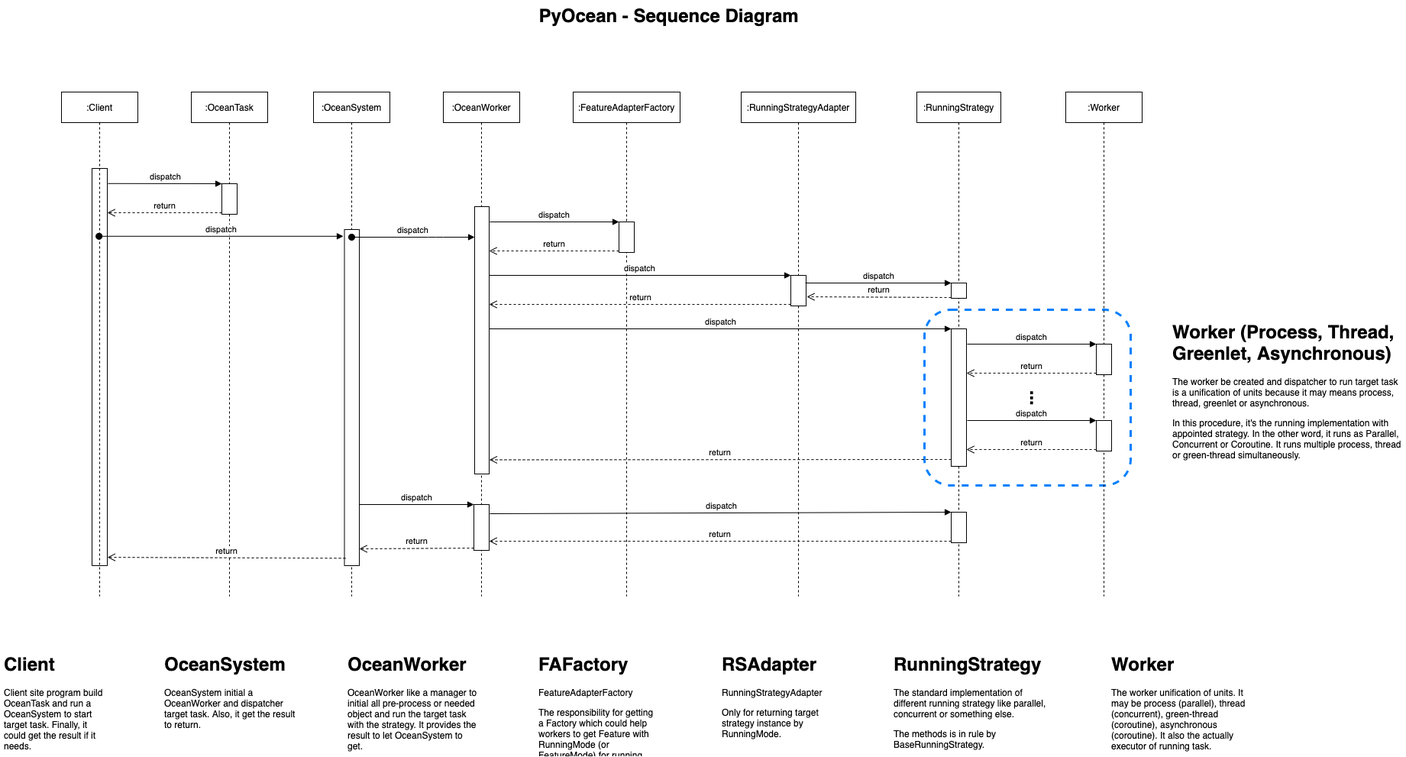
Chisanan232/multirunnable keeps this draw.io diagram as doc/imgs/PyOcean-Sequence_Diagram.png. Above is the earlier version. Source tidied: cells renumbered, new cells last; positions are measured from the earlier drawing's top-left corner, leaving out a move shared by most shapes.
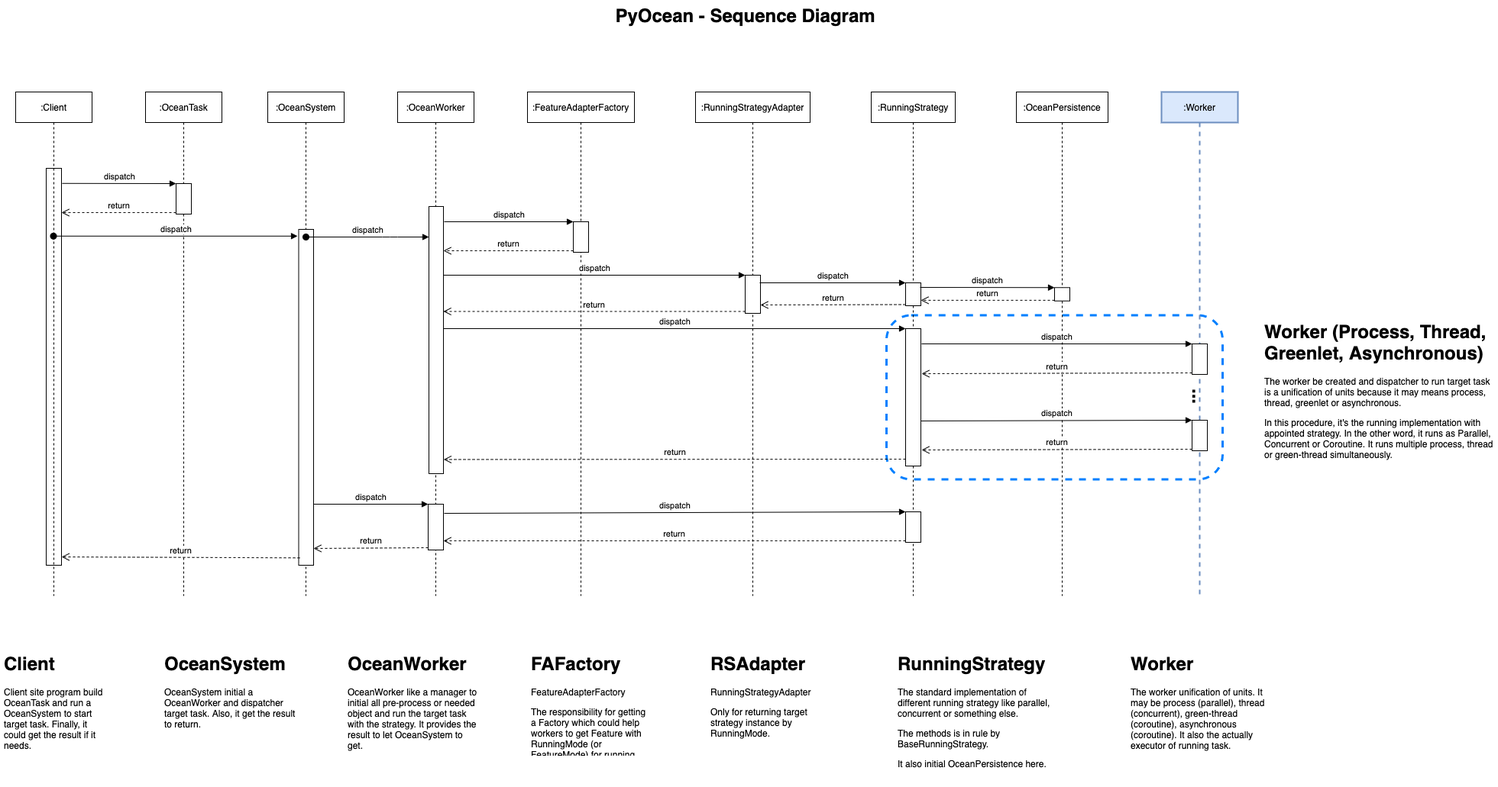
After the change.

Commit message:
Modify sequence diagram of package pyocean.

What changed in the source:
```diff
@@ -3,25 +3,25 @@
     <mxCell id="0" />
     <mxCell id="1" parent="0" />
     <mxCell id="2" style="rounded=1;whiteSpace=wrap;html=1;dashed=1;strokeWidth=3;strokeColor=#007FFF;" parent="1" vertex="1">
-      <mxGeometry x="1210" y="405" width="270" height="230" as="geometry" />
+      <mxGeometry x="1060" y="412.5" width="440" height="215" as="geometry" />
     </mxCell>
     <mxCell id="3" value="PyOcean - Sequence Diagram" style="text;strokeColor=none;fillColor=none;html=1;fontSize=24;fontStyle=1;verticalAlign=middle;align=center;" parent="1" vertex="1">
       <mxGeometry x="825" width="100" height="40" as="geometry" />
     </mxCell>
     <mxCell id="4" value=":OceanTask" style="shape=umlLifeline;perimeter=lifelinePerimeter;whiteSpace=wrap;html=1;" parent="1" vertex="1">
-      <mxGeometry x="250" y="120" width="100" height="660" as="geometry" />
+      <mxGeometry x="90" y="120" width="100" height="660" as="geometry" />
     </mxCell>
     <mxCell id="5" style="html=1;points=[];perimeter=orthogonalPerimeter;" parent="4" vertex="1">
       <mxGeometry x="40" y="120" width="20" height="40" as="geometry" />
     </mxCell>
     <mxCell id="6" value=":OceanSystem" style="shape=umlLifeline;perimeter=lifelinePerimeter;whiteSpace=wrap;html=1;" parent="1" vertex="1">
-      <mxGeometry x="410" y="120" width="100" height="660" as="geometry" />
+      <mxGeometry x="250" y="120" width="100" height="660" as="geometry" />
     </mxCell>
     <mxCell id="7" style="html=1;points=[];perimeter=orthogonalPerimeter;" parent="6" vertex="1">
       <mxGeometry x="40.5" y="180" width="19.5" height="440" as="geometry" />
     </mxCell>
     <mxCell id="8" value=":OceanWorker" style="shape=umlLifeline;perimeter=lifelinePerimeter;whiteSpace=wrap;html=1;" parent="1" vertex="1">
-      <mxGeometry x="580" y="120" width="100" height="660" as="geometry" />
+      <mxGeometry x="420" y="120" width="100" height="660" as="geometry" />
     </mxCell>
     <mxCell id="9" style="html=1;points=[];perimeter=orthogonalPerimeter;" parent="8" vertex="1">
       <mxGeometry x="41" y="150" width="19" height="350" as="geometry" />
@@ -35,54 +35,34 @@
       </mxGeometry>
     </mxCell>
     <mxCell id="11" value=":FeatureAdapterFactory" style="shape=umlLifeline;perimeter=lifelinePerimeter;whiteSpace=wrap;html=1;" parent="1" vertex="1">
-      <mxGeometry x="750" y="120" width="140" height="660" as="geometry" />
+      <mxGeometry x="590" y="120" width="140" height="660" as="geometry" />
     </mxCell>
     <mxCell id="12" value=":RunningStrategyAdapter" style="shape=umlLifeline;perimeter=lifelinePerimeter;whiteSpace=wrap;html=1;" parent="1" vertex="1">
-      <mxGeometry x="970" y="120" width="150" height="660" as="geometry" />
+      <mxGeometry x="810" y="120" width="150" height="660" as="geometry" />
     </mxCell>
     <mxCell id="13" style="html=1;points=[];perimeter=orthogonalPerimeter;" parent="12" vertex="1">
-      <mxGeometry x="65" y="240" width="20" height="40" as="geometry" />
+      <mxGeometry x="65" y="240" width="20" height="50" as="geometry" />
     </mxCell>
-    <mxCell id="14" value=":Worker" style="shape=umlLifeline;perimeter=lifelinePerimeter;whiteSpace=wrap;html=1;" parent="1" vertex="1">
-      <mxGeometry x="1395" y="120" width="100" height="660" as="geometry" />
+    <mxCell id="14" value=":Worker" style="shape=umlLifeline;perimeter=lifelinePerimeter;whiteSpace=wrap;html=1;fillColor=#dae8fc;strokeColor=#6c8ebf;strokeWidth=2;" parent="1" vertex="1">
+      <mxGeometry x="1420" y="120" width="100" height="660" as="geometry" />
     </mxCell>
     <mxCell id="15" style="html=1;points=[];perimeter=orthogonalPerimeter;" parent="14" vertex="1">
       <mxGeometry x="40" y="330" width="20" height="40" as="geometry" />
     </mxCell>
-    <mxCell id="16" value="dispatch" style="html=1;verticalAlign=bottom;endArrow=block;entryX=0;entryY=0;" parent="14" edge="1" target="15">
-      <mxGeometry relative="1" as="geometry">
-        <mxPoint x="-129" y="330" as="sourcePoint" />
-      </mxGeometry>
-    </mxCell>
-    <mxCell id="17" value="return" style="html=1;verticalAlign=bottom;endArrow=open;dashed=1;endSize=8;exitX=0;exitY=0.95;" parent="14" edge="1" source="15">
-      <mxGeometry relative="1" as="geometry">
-        <mxPoint x="-130" y="368" as="targetPoint" />
-      </mxGeometry>
-    </mxCell>
     <mxCell id="18" style="html=1;points=[];perimeter=orthogonalPerimeter;" parent="14" vertex="1">
       <mxGeometry x="40" y="430" width="20" height="40" as="geometry" />
     </mxCell>
-    <mxCell id="19" value="dispatch" style="html=1;verticalAlign=bottom;endArrow=block;entryX=0;entryY=0;" parent="14" edge="1" target="18">
-      <mxGeometry relative="1" as="geometry">
-        <mxPoint x="-129" y="430" as="sourcePoint" />
-      </mxGeometry>
-    </mxCell>
-    <mxCell id="20" value="return" style="html=1;verticalAlign=bottom;endArrow=open;dashed=1;endSize=8;exitX=0;exitY=0.95;" parent="14" edge="1" source="18">
-      <mxGeometry relative="1" as="geometry">
-        <mxPoint x="-130" y="468" as="targetPoint" />
-      </mxGeometry>
-    </mxCell>
     <mxCell id="21" style="html=1;points=[];perimeter=orthogonalPerimeter;" parent="1" vertex="1">
-      <mxGeometry x="810" y="290" width="20" height="40" as="geometry" />
+      <mxGeometry x="650" y="290" width="20" height="40" as="geometry" />
     </mxCell>
     <mxCell id="22" value="dispatch" style="html=1;verticalAlign=bottom;endArrow=block;entryX=0;entryY=0;" parent="1" edge="1" target="21">
       <mxGeometry relative="1" as="geometry">
-        <mxPoint x="641" y="290" as="sourcePoint" />
+        <mxPoint x="481" y="290" as="sourcePoint" />
       </mxGeometry>
     </mxCell>
     <mxCell id="23" value="return" style="html=1;verticalAlign=bottom;endArrow=open;dashed=1;endSize=8;exitX=0;exitY=0.95;" parent="1" edge="1" source="21">
       <mxGeometry relative="1" as="geometry">
-        <mxPoint x="640" y="328" as="targetPoint" />
+        <mxPoint x="480" y="328" as="targetPoint" />
       </mxGeometry>
     </mxCell>
     <mxCell id="24" value="dispatch" style="html=1;verticalAlign=bottom;endArrow=block;entryX=0;entryY=0;" parent="1" edge="1" source="9" target="13">
@@ -92,20 +72,20 @@
       <mxGeometry relative="1" as="geometry" />
     </mxCell>
     <mxCell id="26" value=":RunningStrategy" style="shape=umlLifeline;perimeter=lifelinePerimeter;whiteSpace=wrap;html=1;" parent="1" vertex="1">
-      <mxGeometry x="1200" y="120" width="110" height="660" as="geometry" />
+      <mxGeometry x="1040" y="120" width="110" height="660" as="geometry" />
     </mxCell>
     <mxCell id="27" style="html=1;points=[];perimeter=orthogonalPerimeter;" parent="26" vertex="1">
       <mxGeometry x="45" y="550" width="20" height="40" as="geometry" />
     </mxCell>
     <mxCell id="28" style="html=1;points=[];perimeter=orthogonalPerimeter;" parent="1" vertex="1">
-      <mxGeometry x="1245" y="370" width="20" height="20" as="geometry" />
+      <mxGeometry x="1085" y="370" width="20" height="30" as="geometry" />
     </mxCell>
     <mxCell id="29" value="dispatch" style="html=1;verticalAlign=bottom;endArrow=block;entryX=0;entryY=0;" parent="1" edge="1" target="28">
       <mxGeometry relative="1" as="geometry">
-        <mxPoint x="1054" y="370" as="sourcePoint" />
+        <mxPoint x="894" y="370" as="sourcePoint" />
       </mxGeometry>
     </mxCell>
-    <mxCell id="30" value="return" style="html=1;verticalAlign=bottom;endArrow=open;dashed=1;endSize=8;exitX=0;exitY=0.95;entryX=1.05;entryY=0.7;entryDx=0;entryDy=0;entryPerimeter=0;" parent="1" edge="1" source="28" target="13">
+    <mxCell id="30" value="return" style="html=1;verticalAlign=bottom;endArrow=open;dashed=1;endSize=8;exitX=0;exitY=0.95;entryX=1;entryY=0.78;entryDx=0;entryDy=0;entryPerimeter=0;" parent="1" edge="1" source="28" target="13">
       <mxGeometry relative="1" as="geometry" />
     </mxCell>
     <mxCell id="31" value="dispatch" style="html=1;verticalAlign=bottom;endArrow=block;entryX=0;entryY=0;" parent="1" edge="1" source="9" target="33">
@@ -115,26 +95,26 @@
       <mxGeometry relative="1" as="geometry" />
     </mxCell>
     <mxCell id="33" style="html=1;points=[];perimeter=orthogonalPerimeter;" parent="1" vertex="1">
-      <mxGeometry x="1245" y="430" width="20" height="180" as="geometry" />
+      <mxGeometry x="1085" y="430" width="20" height="180" as="geometry" />
     </mxCell>
     <mxCell id="34" value="..." style="text;strokeColor=none;fillColor=none;html=1;fontSize=24;fontStyle=1;verticalAlign=middle;align=center;rotation=90;" parent="1" vertex="1">
-      <mxGeometry x="1340" y="511.2" width="35" height="17.5" as="geometry" />
+      <mxGeometry x="1452.5" y="510" width="35" height="17.5" as="geometry" />
     </mxCell>
     <mxCell id="35" style="html=1;points=[];perimeter=orthogonalPerimeter;" parent="1" vertex="1">
-      <mxGeometry x="120" y="220" width="20" height="520" as="geometry" />
+      <mxGeometry x="-40" y="220" width="20" height="520" as="geometry" />
     </mxCell>
     <mxCell id="36" value="dispatch" style="html=1;verticalAlign=bottom;startArrow=oval;endArrow=block;startSize=8;entryX=-0.077;entryY=0.02;entryDx=0;entryDy=0;entryPerimeter=0;" parent="1" edge="1" source="51" target="7">
       <mxGeometry relative="1" as="geometry" />
     </mxCell>
     <mxCell id="37" style="html=1;points=[];perimeter=orthogonalPerimeter;" parent="1" vertex="1">
-      <mxGeometry x="620" y="660" width="20" height="60" as="geometry" />
+      <mxGeometry x="460" y="660" width="20" height="60" as="geometry" />
     </mxCell>
     <mxCell id="38" value="dispatch" style="html=1;verticalAlign=bottom;endArrow=block;entryX=0;entryY=0;" parent="1" edge="1" source="7" target="37">
       <mxGeometry relative="1" as="geometry" />
     </mxCell>
     <mxCell id="39" value="return" style="html=1;verticalAlign=bottom;endArrow=open;dashed=1;endSize=8;exitX=0;exitY=0.95;" parent="1" edge="1" source="37">
       <mxGeometry relative="1" as="geometry">
-        <mxPoint x="470" y="718" as="targetPoint" />
+        <mxPoint x="310" y="718" as="targetPoint" />
       </mxGeometry>
     </mxCell>
     <mxCell id="40" value="dispatch" style="html=1;verticalAlign=bottom;endArrow=block;entryX=0;entryY=0;exitX=1.05;exitY=0.2;exitDx=0;exitDy=0;exitPerimeter=0;" parent="1" edge="1" source="37" target="27">
@@ -142,38 +122,38 @@
     </mxCell>
     <mxCell id="41" value="return" style="html=1;verticalAlign=bottom;endArrow=open;dashed=1;endSize=8;exitX=0;exitY=0.95;" parent="1" edge="1" source="27">
       <mxGeometry relative="1" as="geometry">
-        <mxPoint x="640" y="708" as="targetPoint" />
+        <mxPoint x="480" y="708" as="targetPoint" />
       </mxGeometry>
     </mxCell>
     <mxCell id="42" value="return" style="html=1;verticalAlign=bottom;endArrow=open;dashed=1;endSize=8;exitX=0.077;exitY=0.978;exitDx=0;exitDy=0;exitPerimeter=0;entryX=1.007;entryY=0.979;entryDx=0;entryDy=0;entryPerimeter=0;" parent="1" edge="1" source="7" target="35">
       <mxGeometry relative="1" as="geometry" />
     </mxCell>
     <mxCell id="43" value="&lt;h1&gt;Worker (Process, Thread, Greenlet, Asynchronous)&lt;/h1&gt;&lt;p&gt;The worker be created and dispatcher to run target task is a unification of units because it may means process, thread, greenlet or asynchronous.&lt;/p&gt;&lt;p&gt;In this procedure, it's the running implementation with appointed strategy. In the other word, it runs as Parallel, Concurrent or Coroutine. It runs multiple process, thread or green-thread simultaneously.&amp;nbsp;&lt;/p&gt;&lt;p&gt;&lt;br&gt;&lt;/p&gt;" style="text;html=1;strokeColor=none;fillColor=none;spacing=5;spacingTop=-20;whiteSpace=wrap;overflow=hidden;rounded=0;dashed=1;" parent="1" vertex="1">
-      <mxGeometry x="1530" y="415" width="310" height="210" as="geometry" />
+      <mxGeometry x="1550" y="415" width="310" height="210" as="geometry" />
     </mxCell>
     <mxCell id="44" value="&lt;h1&gt;Client&lt;/h1&gt;&lt;p&gt;Client site program build OceanTask and run a OceanSystem to start target task. Finally, it could get the result if it needs.&lt;/p&gt;" style="text;html=1;strokeColor=none;fillColor=none;spacing=5;spacingTop=-20;whiteSpace=wrap;overflow=hidden;rounded=0;dashed=1;" parent="1" vertex="1">
-      <mxGeometry y="850" width="140" height="140" as="geometry" />
+      <mxGeometry x="-100" y="850" width="140" height="140" as="geometry" />
     </mxCell>
     <mxCell id="45" value="&lt;h1&gt;OceanSystem&lt;/h1&gt;&lt;p&gt;OceanSystem initial a OceanWorker and dispatcher target task. Also, it get the result to return.&amp;nbsp;&lt;/p&gt;" style="text;html=1;strokeColor=none;fillColor=none;spacing=5;spacingTop=-20;whiteSpace=wrap;overflow=hidden;rounded=0;dashed=1;" parent="1" vertex="1">
-      <mxGeometry x="210" y="850" width="180" height="140" as="geometry" />
+      <mxGeometry x="110" y="850" width="180" height="140" as="geometry" />
     </mxCell>
     <mxCell id="46" value="&lt;h1&gt;OceanWorker&lt;/h1&gt;&lt;p&gt;OceanWorker like a manager to initial all pre-process or needed object and run the target task with the strategy. It provides the result to let OceanSystem to get.&amp;nbsp;&lt;/p&gt;" style="text;html=1;strokeColor=none;fillColor=none;spacing=5;spacingTop=-20;whiteSpace=wrap;overflow=hidden;rounded=0;dashed=1;" parent="1" vertex="1">
-      <mxGeometry x="450" y="850" width="180" height="140" as="geometry" />
+      <mxGeometry x="350" y="850" width="180" height="140" as="geometry" />
     </mxCell>
     <mxCell id="47" value="&lt;h1&gt;FAFactory&lt;/h1&gt;&lt;p&gt;FeatureAdapterFactory&lt;/p&gt;&lt;p&gt;The responsibility for getting a Factory which could help workers to get Feature with RunningMode (or FeatureMode) for running task.&amp;nbsp;&lt;/p&gt;" style="text;html=1;strokeColor=none;fillColor=none;spacing=5;spacingTop=-20;whiteSpace=wrap;overflow=hidden;rounded=0;dashed=1;" parent="1" vertex="1">
-      <mxGeometry x="700" y="850" width="160" height="140" as="geometry" />
+      <mxGeometry x="590" y="850" width="160" height="140" as="geometry" />
     </mxCell>
     <mxCell id="48" value="&lt;h1&gt;RSAdapter&lt;/h1&gt;&lt;p&gt;RunningStrategyAdapter&lt;/p&gt;&lt;p&gt;Only for returning target strategy instance by RunningMode.&amp;nbsp;&lt;/p&gt;" style="text;html=1;strokeColor=none;fillColor=none;spacing=5;spacingTop=-20;whiteSpace=wrap;overflow=hidden;rounded=0;dashed=1;" parent="1" vertex="1">
-      <mxGeometry x="940" y="850" width="150" height="140" as="geometry" />
+      <mxGeometry x="825" y="850" width="150" height="140" as="geometry" />
     </mxCell>
-    <mxCell id="49" value="&lt;h1&gt;RunningStrategy&lt;/h1&gt;&lt;p&gt;The standard implementation of different running strategy like parallel, concurrent or something else.&lt;/p&gt;&lt;p&gt;The methods is in rule by BaseRunningStrategy.&amp;nbsp;&lt;/p&gt;" style="text;html=1;strokeColor=none;fillColor=none;spacing=5;spacingTop=-20;whiteSpace=wrap;overflow=hidden;rounded=0;dashed=1;" parent="1" vertex="1">
-      <mxGeometry x="1165" y="850" width="210" height="140" as="geometry" />
+    <mxCell id="49" value="&lt;h1&gt;RunningStrategy&lt;/h1&gt;&lt;p&gt;The standard implementation of different running strategy like parallel, concurrent or something else.&lt;/p&gt;&lt;p&gt;The methods is in rule by BaseRunningStrategy.&lt;/p&gt;&lt;p&gt;It also initial OceanPersistence here.&amp;nbsp;&lt;/p&gt;" style="text;html=1;strokeColor=none;fillColor=none;spacing=5;spacingTop=-20;whiteSpace=wrap;overflow=hidden;rounded=0;dashed=1;" parent="1" vertex="1">
+      <mxGeometry x="1070" y="850" width="210" height="180" as="geometry" />
     </mxCell>
     <mxCell id="50" value="&lt;h1&gt;Worker&lt;/h1&gt;&lt;p&gt;&lt;span&gt;The worker unification of units. It may be process (parallel), thread (concurrent), green-thread (coroutine), asynchronous (coroutine). It also the actually executor of running task.&lt;/span&gt;&lt;br&gt;&lt;/p&gt;" style="text;html=1;strokeColor=none;fillColor=none;spacing=5;spacingTop=-20;whiteSpace=wrap;overflow=hidden;rounded=0;dashed=1;" parent="1" vertex="1">
-      <mxGeometry x="1450" y="850" width="190" height="140" as="geometry" />
+      <mxGeometry x="1375" y="850" width="190" height="140" as="geometry" />
     </mxCell>
     <mxCell id="51" value=":Client" style="shape=umlLifeline;perimeter=lifelinePerimeter;whiteSpace=wrap;html=1;outlineConnect=0;" parent="1" vertex="1">
-      <mxGeometry x="80" y="120" width="100" height="660" as="geometry" />
+      <mxGeometry x="-80" y="120" width="100" height="660" as="geometry" />
     </mxCell>
     <mxCell id="52" value="dispatch" style="html=1;verticalAlign=bottom;endArrow=block;entryX=0;entryY=0;exitX=1.05;exitY=0.038;exitDx=0;exitDy=0;exitPerimeter=0;" parent="1" edge="1" source="35" target="5">
       <mxGeometry relative="1" as="geometry" />
@@ -181,5 +161,31 @@
     <mxCell id="53" value="return" style="html=1;verticalAlign=bottom;endArrow=open;dashed=1;endSize=8;exitX=0;exitY=0.95;" parent="1" edge="1" source="5" target="35">
       <mxGeometry relative="1" as="geometry" />
     </mxCell>
+    <mxCell id="54" value=":OceanPersistence" style="shape=umlLifeline;perimeter=lifelinePerimeter;whiteSpace=wrap;html=1;" parent="1" vertex="1">
+      <mxGeometry x="1230" y="120" width="120" height="660" as="geometry" />
+    </mxCell>
+    <mxCell id="55" style="html=1;points=[];perimeter=orthogonalPerimeter;" parent="1" vertex="1">
+      <mxGeometry x="1280" y="376.2" width="20" height="17.5" as="geometry" />
+    </mxCell>
+    <mxCell id="56" value="dispatch" style="html=1;verticalAlign=bottom;endArrow=block;entryX=0;entryY=0;" parent="1" edge="1" target="55">
+      <mxGeometry relative="1" as="geometry">
+        <mxPoint x="1104" y="376" as="sourcePoint" />
+      </mxGeometry>
+    </mxCell>
+    <mxCell id="57" value="return" style="html=1;verticalAlign=bottom;endArrow=open;dashed=1;endSize=8;exitX=0;exitY=0.95;" parent="1" edge="1" source="55" target="28">
+      <mxGeometry relative="1" as="geometry" />
+    </mxCell>
+    <mxCell id="16" value="dispatch" style="html=1;verticalAlign=bottom;endArrow=block;entryX=0;entryY=0;exitX=1.05;exitY=0.111;exitDx=0;exitDy=0;exitPerimeter=0;" parent="1" edge="1" source="33" target="15">
+      <mxGeometry relative="1" as="geometry" />
+    </mxCell>
+    <mxCell id="17" value="return" style="html=1;verticalAlign=bottom;endArrow=open;dashed=1;endSize=8;exitX=0;exitY=0.95;entryX=1.05;entryY=0.328;entryDx=0;entryDy=0;entryPerimeter=0;" parent="1" edge="1" source="15" target="33">
+      <mxGeometry relative="1" as="geometry" />
+    </mxCell>
+    <mxCell id="19" value="dispatch" style="html=1;verticalAlign=bottom;endArrow=block;entryX=0;entryY=0;exitX=1;exitY=0.672;exitDx=0;exitDy=0;exitPerimeter=0;" parent="1" edge="1" source="33" target="18">
+      <mxGeometry relative="1" as="geometry" />
+    </mxCell>
+    <mxCell id="20" value="return" style="html=1;verticalAlign=bottom;endArrow=open;dashed=1;endSize=8;exitX=0;exitY=0.95;entryX=1.05;entryY=0.883;entryDx=0;entryDy=0;entryPerimeter=0;" parent="1" edge="1" source="18" target="33">
+      <mxGeometry relative="1" as="geometry" />
+    </mxCell>
   </root>
 </mxGraphModel>
```
